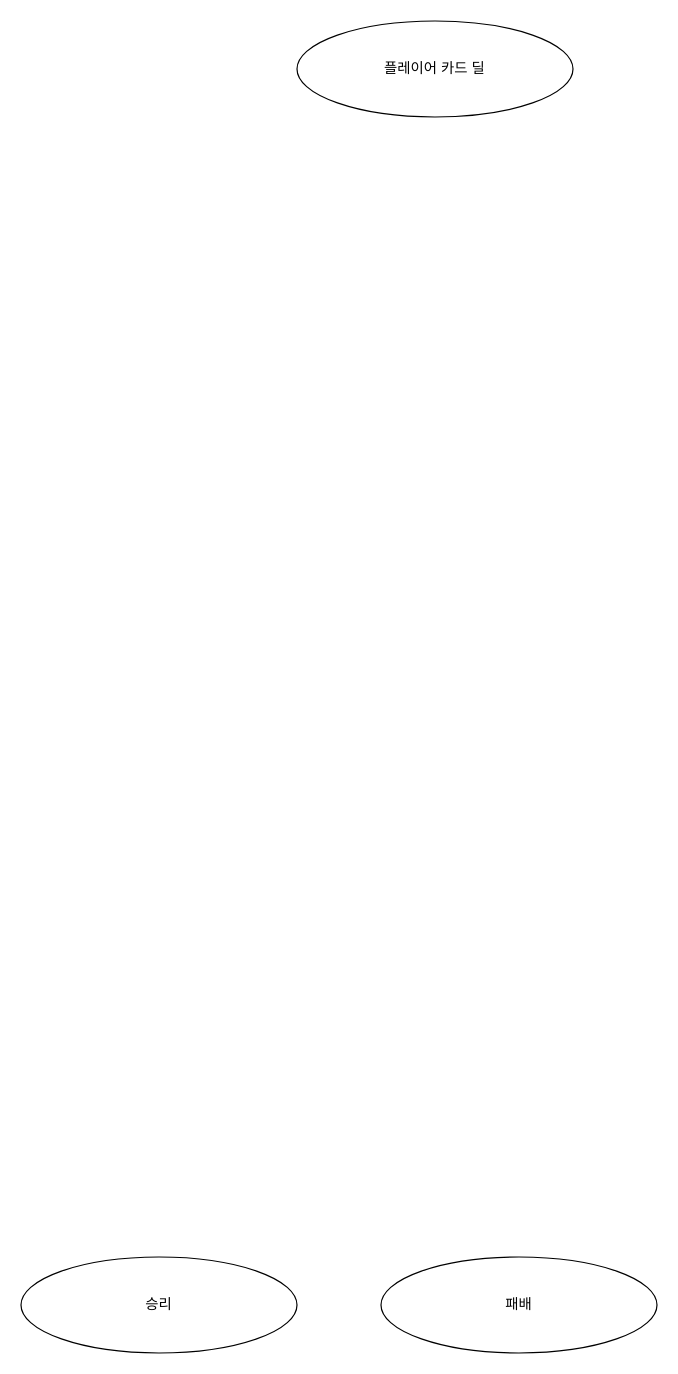
lchj333/CreateTest keeps this draw.io diagram as Untitled Diagram.drawio. Above is the earlier version. Source tidied: cells renumbered, new cells numbered last; positions are measured from the earlier drawing's top-left corner, leaving out a move shared by most shapes. Both pictures are drawn from the tidied source at 120%, with x=0, y=0 at pixel (20, 20).
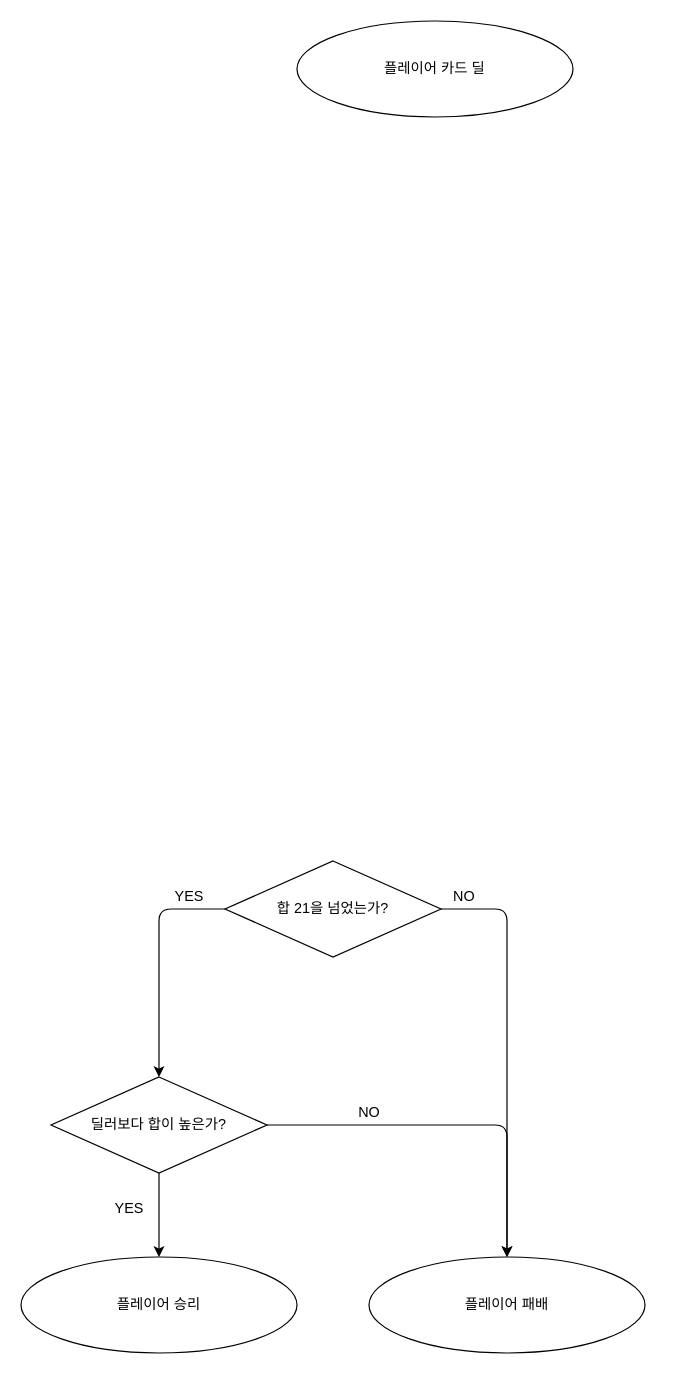
The same page after the edit.

Diff of the diagram source:
```diff
@@
 <mxGraphModel>
   <root>
     <mxCell id="0" />
     <mxCell id="1" parent="0" />
     <mxCell id="2" value="플레이어 카드 딜" style="ellipse;whiteSpace=wrap;html=1;rounded=0;sketch=0;" parent="1" vertex="1">
       <mxGeometry x="230" width="230" height="80" as="geometry" />
     </mxCell>
-    <mxCell id="3" value="패배" style="ellipse;whiteSpace=wrap;html=1;rounded=0;sketch=0;" parent="1" vertex="1">
-      <mxGeometry x="300" y="1030" width="230" height="80" as="geometry" />
+    <mxCell id="3" value="플레이어 패배" style="ellipse;whiteSpace=wrap;html=1;rounded=0;sketch=0;" parent="1" vertex="1">
+      <mxGeometry x="290" y="1030" width="230" height="80" as="geometry" />
     </mxCell>
-    <mxCell id="4" value="승리" style="ellipse;whiteSpace=wrap;html=1;rounded=0;sketch=0;" parent="1" vertex="1">
+    <mxCell id="4" value="플레이어 승리" style="ellipse;whiteSpace=wrap;html=1;rounded=0;sketch=0;" parent="1" vertex="1">
       <mxGeometry y="1030" width="230" height="80" as="geometry" />
     </mxCell>
+    <mxCell id="5" style="edgeStyle=orthogonalEdgeStyle;curved=0;rounded=1;sketch=0;jettySize=auto;html=1;exitX=1;exitY=0.5;exitDx=0;exitDy=0;" parent="1" edge="1" source="6" target="3">
+      <mxGeometry relative="1" as="geometry" />
+    </mxCell>
+    <mxCell id="6" value="합 21을 넘었는가?" style="rhombus;whiteSpace=wrap;html=1;rounded=0;sketch=0;" parent="1" vertex="1">
+      <mxGeometry x="170" y="700" width="180" height="80" as="geometry" />
+    </mxCell>
+    <mxCell id="7" style="edgeStyle=orthogonalEdgeStyle;curved=0;rounded=1;sketch=0;jettySize=auto;html=1;exitX=0.5;exitY=1;exitDx=0;exitDy=0;entryX=0.5;entryY=0;entryDx=0;entryDy=0;" parent="1" edge="1" source="9" target="4">
+      <mxGeometry relative="1" as="geometry" />
+    </mxCell>
+    <mxCell id="8" style="edgeStyle=orthogonalEdgeStyle;curved=0;rounded=1;sketch=0;jettySize=auto;html=1;exitX=1;exitY=0.5;exitDx=0;exitDy=0;entryX=0.5;entryY=0;entryDx=0;entryDy=0;" parent="1" edge="1" source="9" target="3">
+      <mxGeometry relative="1" as="geometry" />
+    </mxCell>
+    <mxCell id="9" value="딜러보다 합이 높은가?" style="rhombus;whiteSpace=wrap;html=1;rounded=0;sketch=0;" parent="1" vertex="1">
+      <mxGeometry x="25" y="880" width="180" height="80" as="geometry" />
+    </mxCell>
+    <mxCell id="10" style="endArrow=classic;html=1;exitX=0;exitY=0.5;exitDx=0;exitDy=0;entryX=0.5;entryY=0;entryDx=0;entryDy=0;" parent="1" edge="1" source="6" target="9">
+      <mxGeometry relative="1" as="geometry">
+        <Array as="points">
+          <mxPoint x="115" y="740" />
+        </Array>
+      </mxGeometry>
+    </mxCell>
+    <mxCell id="11" value="NO" style="text;html=1;align=center;verticalAlign=middle;" parent="1" vertex="1">
+      <mxGeometry x="275" y="900" width="30" height="20" as="geometry" />
+    </mxCell>
+    <mxCell id="12" value="NO" style="text;html=1;align=center;verticalAlign=middle;" parent="1" vertex="1">
+      <mxGeometry x="354" y="720" width="30" height="20" as="geometry" />
+    </mxCell>
+    <mxCell id="13" value="YES" style="text;html=1;align=center;verticalAlign=middle;" parent="1" vertex="1">
+      <mxGeometry x="120" y="720" width="40" height="20" as="geometry" />
+    </mxCell>
+    <mxCell id="14" value="YES" style="text;html=1;align=center;verticalAlign=middle;" parent="1" vertex="1">
+      <mxGeometry x="70" y="980" width="40" height="20" as="geometry" />
+    </mxCell>
   </root>
 </mxGraphModel>
```
